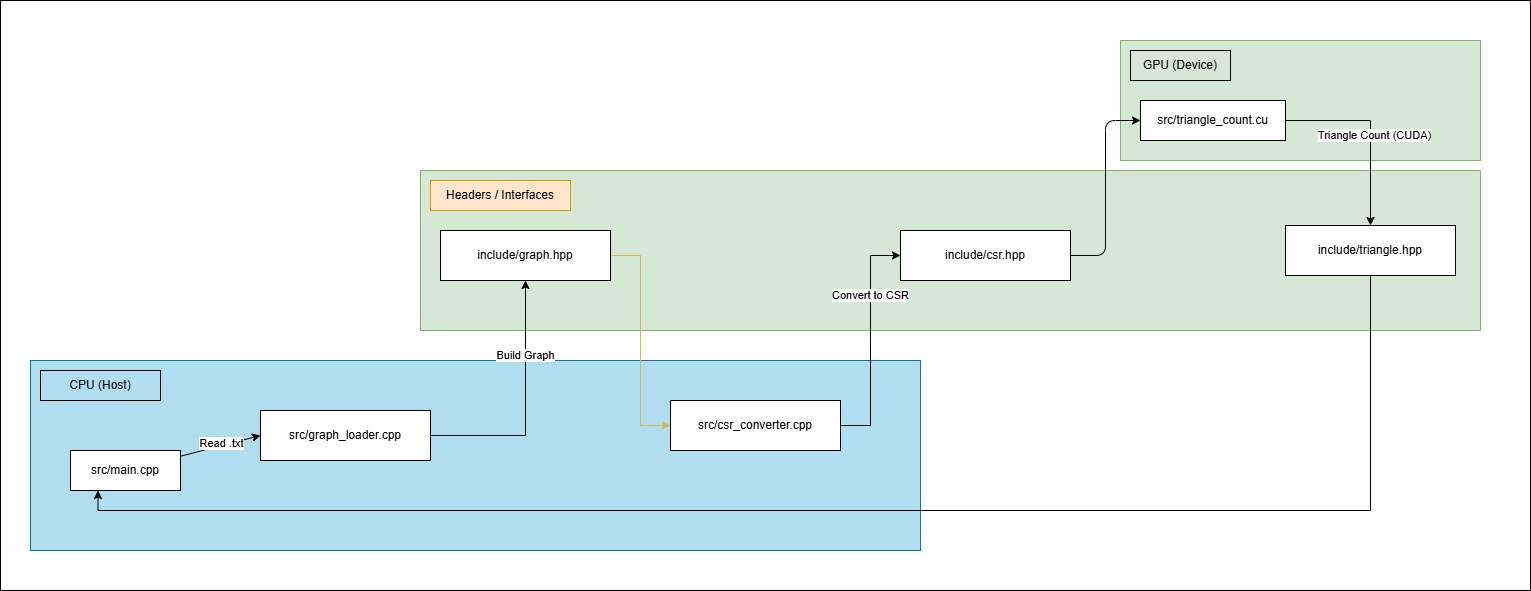
The draw.io diagram assets/triangle_count.png in AnguyenTf/triangle_count_graph_analytics, before a commit. Source tidied: cells renumbered, new cells last; positions are measured from the earlier drawing's top-left corner, leaving out a move shared by most shapes. Its diagram source:
```xml
<mxGraphModel>
  <root>
    <mxCell id="0" />
    <mxCell id="1" parent="0" />
    <mxCell id="2" style="rounded=0;whiteSpace=wrap;html=1;fillColor=light-dark(#FFFFFF,#E6E6E6);" parent="1" vertex="1">
      <mxGeometry width="1530" height="590" as="geometry" />
    </mxCell>
    <mxCell id="3" style="rounded=0;whiteSpace=wrap;html=1;fillColor=light-dark(#b1ddf0, #e3f2fd);strokeColor=#10739e;" parent="1" vertex="1">
      <mxGeometry x="30" y="360" width="890" height="190" as="geometry" />
    </mxCell>
    <mxCell id="4" value="&lt;font style=&quot;color: light-dark(rgb(0, 0, 0), rgb(0, 0, 0));&quot;&gt;CPU (Host)&lt;/font&gt;" style="rounded=0;whiteSpace=wrap;html=1;fillColor=light-dark(#B1DDF0,#99FFFF);strokeColor=light-dark(#000000,#000000);" parent="1" vertex="1">
      <mxGeometry x="40" y="370" width="120" height="30" as="geometry" />
    </mxCell>
    <mxCell id="5" value="src/main.cpp" style="rounded=0;whiteSpace=wrap;html=1;" parent="1" vertex="1">
      <mxGeometry x="70" y="450" width="110" height="40" as="geometry" />
    </mxCell>
    <mxCell id="6" style="edgeStyle=orthogonalEdgeStyle;rounded=0;jettySize=auto;html=1;exitX=1;exitY=0.5;exitDx=0;exitDy=0;entryX=0.5;entryY=1;entryDx=0;entryDy=0;curved=1;strokeColor=light-dark(default, #d3d3d3);" parent="1" edge="1" source="7" target="11">
      <mxGeometry relative="1" as="geometry" />
    </mxCell>
    <mxCell id="7" value="src/graph_loader.cpp" style="rounded=0;whiteSpace=wrap;html=1;" parent="1" vertex="1">
      <mxGeometry x="260" y="410" width="170" height="50" as="geometry" />
    </mxCell>
    <mxCell id="8" value="&lt;span&gt;&lt;font style=&quot;color: light-dark(rgb(0, 0, 0), rgb(0, 0, 0));&quot;&gt;Read .txt&lt;/font&gt;&lt;/span&gt;" style="endArrow=classic;html=1;rounded=0;entryX=0;entryY=0.5;entryDx=0;entryDy=0;strokeColor=light-dark(#000000,#CCCCCC);curved=1;labelBackgroundColor=light-dark(#FFFFFF,#FFFFFF);" parent="1" edge="1" source="5" target="7">
      <mxGeometry x="0.03" y="2" relative="1" as="geometry" />
    </mxCell>
    <mxCell id="9" style="rounded=0;whiteSpace=wrap;html=1;fillColor=light-dark(#D5E8D4,#FFF3E0);strokeColor=light-dark(#82b366, #f5c470);" parent="1" vertex="1">
      <mxGeometry x="420" y="170" width="1060" height="160" as="geometry" />
    </mxCell>
    <mxCell id="10" style="edgeStyle=entityRelationEdgeStyle;rounded=0;jettySize=auto;html=1;exitX=1;exitY=0.5;exitDx=0;exitDy=0;strokeColor=light-dark(#D6B656,#CCCCCC);" parent="1" edge="1" source="11" target="13">
      <mxGeometry relative="1" as="geometry" />
    </mxCell>
    <mxCell id="11" value="include/graph.hpp" style="rounded=0;whiteSpace=wrap;html=1;" parent="1" vertex="1">
      <mxGeometry x="440" y="230" width="170" height="50" as="geometry" />
    </mxCell>
    <mxCell id="12" style="rounded=0;whiteSpace=wrap;html=1;strokeColor=#82b366;fillColor=light-dark(#d5e8d4, #e8f5e9);" parent="1" vertex="1">
      <mxGeometry x="1120" y="40" width="360" height="120" as="geometry" />
    </mxCell>
    <mxCell id="13" value="src/csr_converter.cpp" style="rounded=0;whiteSpace=wrap;html=1;" parent="1" vertex="1">
      <mxGeometry x="670" y="400" width="170" height="50" as="geometry" />
    </mxCell>
    <mxCell id="14" style="edgeStyle=orthogonalEdgeStyle;rounded=1;jettySize=auto;html=1;entryX=0;entryY=0.5;entryDx=0;entryDy=0;strokeColor=light-dark(#000000,#CCCCCC);curved=0;" parent="1" edge="1" source="15" target="16">
      <mxGeometry relative="1" as="geometry" />
    </mxCell>
    <mxCell id="15" value="include/csr&lt;span style=&quot;background-color: transparent; color: light-dark(rgb(0, 0, 0), rgb(255, 255, 255));&quot;&gt;.hpp&lt;/span&gt;" style="rounded=0;whiteSpace=wrap;html=1;strokeColor=light-dark(#000000,#F5C470);" parent="1" vertex="1">
      <mxGeometry x="900" y="230" width="170" height="50" as="geometry" />
    </mxCell>
    <mxCell id="16" value="src/triangle_count.cu" style="rounded=0;whiteSpace=wrap;html=1;" parent="1" vertex="1">
      <mxGeometry x="1140" y="100" width="145" height="40" as="geometry" />
    </mxCell>
    <mxCell id="17" style="edgeStyle=orthogonalEdgeStyle;rounded=0;jettySize=auto;html=1;entryX=0.25;entryY=1;entryDx=0;entryDy=0;exitX=0.5;exitY=1;exitDx=0;exitDy=0;strokeColor=light-dark(#000000,#CCCCCC);" parent="1" edge="1" source="18" target="5">
      <mxGeometry relative="1" as="geometry" />
    </mxCell>
    <mxCell id="18" value="include/triangle&lt;span style=&quot;background-color: transparent; color: light-dark(rgb(0, 0, 0), rgb(255, 255, 255));&quot;&gt;.hpp&lt;/span&gt;" style="rounded=0;whiteSpace=wrap;html=1;" parent="1" vertex="1">
      <mxGeometry x="1285" y="225" width="170" height="50" as="geometry" />
    </mxCell>
    <mxCell id="19" value="&lt;span&gt;&lt;font style=&quot;color: light-dark(rgb(0, 0, 0), rgb(0, 0, 0));&quot;&gt;Build Graph&lt;/font&gt;&lt;/span&gt;" style="endArrow=classic;html=1;rounded=0;entryX=0.5;entryY=1;entryDx=0;entryDy=0;strokeColor=light-dark(#000000,#CCCCCC);exitX=1;exitY=0.5;exitDx=0;exitDy=0;edgeStyle=orthogonalEdgeStyle;" parent="1" edge="1" source="7" target="11">
      <mxGeometry x="0.4" relative="1" as="geometry" />
    </mxCell>
    <mxCell id="20" value="&lt;span&gt;&lt;font style=&quot;color: light-dark(rgb(0, 0, 0), rgb(0, 0, 0));&quot;&gt;Convert to CSR&lt;/font&gt;&lt;/span&gt;" style="endArrow=classic;html=1;rounded=0;entryX=0;entryY=0.5;entryDx=0;entryDy=0;strokeColor=light-dark(#000000,#CCCCCC);exitX=1;exitY=0.5;exitDx=0;exitDy=0;edgeStyle=entityRelationEdgeStyle;" parent="1" edge="1" source="13" target="15">
      <mxGeometry x="0.39" relative="1" as="geometry" />
    </mxCell>
    <mxCell id="21" value="&lt;span&gt;&lt;font style=&quot;color: light-dark(rgb(0, 0, 0), rgb(0, 0, 0));&quot;&gt;Triangle Count (CUDA)&lt;/font&gt;&lt;/span&gt;" style="endArrow=classic;html=1;rounded=0;entryX=0.5;entryY=0;entryDx=0;entryDy=0;strokeColor=light-dark(#000000,#CCCCCC);exitX=1;exitY=0.5;exitDx=0;exitDy=0;edgeStyle=orthogonalEdgeStyle;" parent="1" edge="1" source="16" target="18">
      <mxGeometry x="0.05" y="4" relative="1" as="geometry" />
    </mxCell>
    <mxCell id="22" value="&lt;font style=&quot;color: light-dark(rgb(0, 0, 0), rgb(0, 0, 0));&quot;&gt;Headers / Interfaces&lt;/font&gt;" style="rounded=0;whiteSpace=wrap;html=1;fillColor=light-dark(#FFE6CC,#FFB570);strokeColor=#d79b00;" parent="1" vertex="1">
      <mxGeometry x="430" y="180" width="140" height="30" as="geometry" />
    </mxCell>
    <mxCell id="23" value="&lt;font style=&quot;color: light-dark(rgb(0, 0, 0), rgb(0, 0, 0));&quot;&gt;GPU (Device)&lt;/font&gt;&lt;div&gt;&lt;/div&gt;" style="rounded=0;whiteSpace=wrap;html=1;strokeColor=light-dark(#000000,#000000);fillColor=light-dark(#D5E8D4,#CCFF99);" parent="1" vertex="1">
      <mxGeometry x="1130" y="50" width="100" height="30" as="geometry" />
    </mxCell>
  </root>
</mxGraphModel>
```
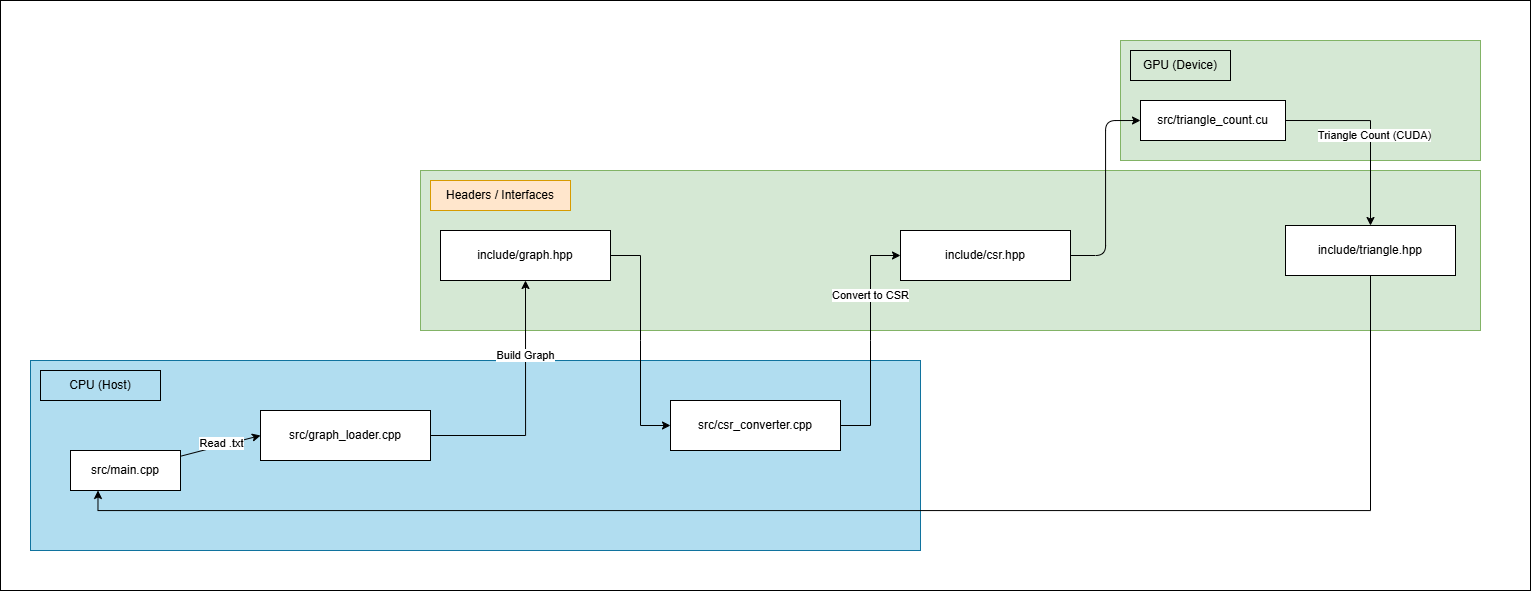
Later version of the same file.

What changed in the source:
```diff
@@ -26,7 +26,7 @@
     <mxCell id="9" style="rounded=0;whiteSpace=wrap;html=1;fillColor=light-dark(#D5E8D4,#FFF3E0);strokeColor=light-dark(#82b366, #f5c470);" parent="1" vertex="1">
       <mxGeometry x="420" y="170" width="1060" height="160" as="geometry" />
     </mxCell>
-    <mxCell id="10" style="edgeStyle=entityRelationEdgeStyle;rounded=0;jettySize=auto;html=1;exitX=1;exitY=0.5;exitDx=0;exitDy=0;strokeColor=light-dark(#D6B656,#CCCCCC);" parent="1" edge="1" source="11" target="13">
+    <mxCell id="10" style="edgeStyle=entityRelationEdgeStyle;rounded=0;jettySize=auto;html=1;exitX=1;exitY=0.5;exitDx=0;exitDy=0;strokeColor=light-dark(#000000,#CCCCCC);" parent="1" edge="1" source="11" target="13">
       <mxGeometry relative="1" as="geometry" />
     </mxCell>
     <mxCell id="11" value="include/graph.hpp" style="rounded=0;whiteSpace=wrap;html=1;" parent="1" vertex="1">
```
